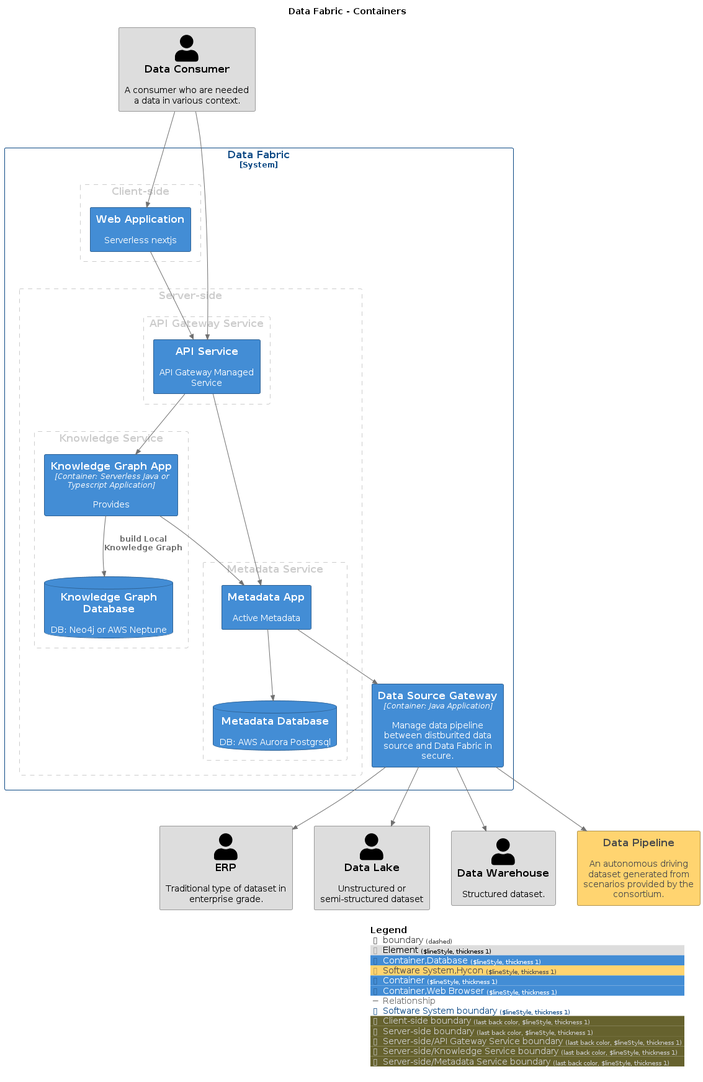
Before: master/png/Containers.png, a diagram exported from PlantUML (IntellectusCorp/data-fabric-docs).
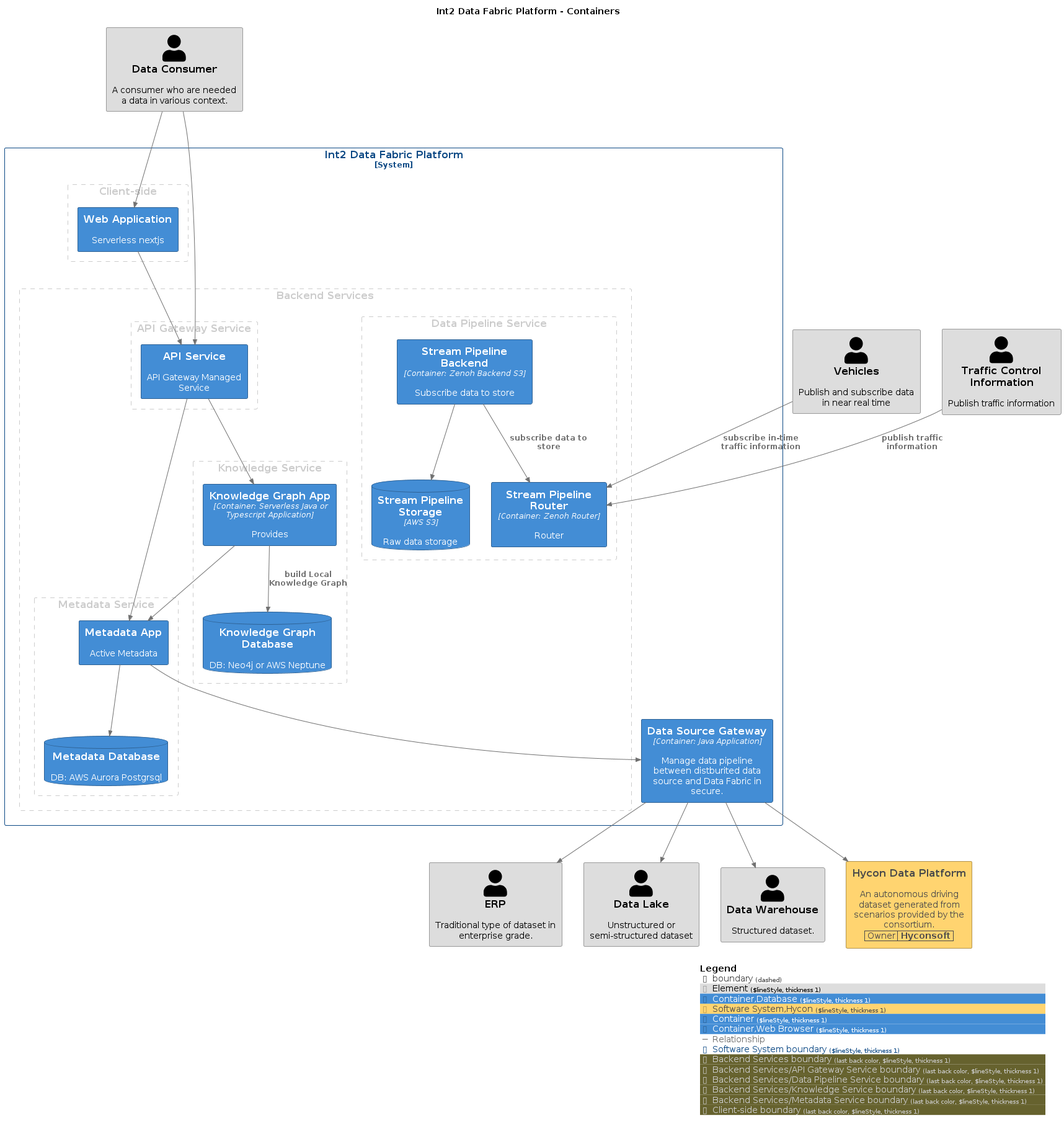
Above is the later version.

What changed in the source:
```diff
@@ -1,6 +1,6 @@
 @startuml
 set separator none
-title Data Fabric - Containers
+title Int2 Data Fabric Platform - Containers
 
 top to bottom direction
 
@@ -22,51 +22,66 @@
 Person(ERP, "ERP", $descr="Traditional type of dataset in enterprise grade.", $tags="Element", $link="")
 Person(DataLake, "Data Lake", $descr="Unstructured or semi-structured dataset", $tags="Element", $link="")
 Person(DataWarehouse, "Data Warehouse", $descr="Structured dataset.", $tags="Element", $link="")
-System(DataPipeline, "Data Pipeline", $descr="An autonomous driving dataset generated from scenarios provided by the consortium.", $tags="Software System,Hycon", $link="")
+Person(Vehicles, "Vehicles", $descr="Publish and subscribe data in near real time", $tags="Element", $link="")
+Person(TrafficControlInformation, "Traffic Control Information", $descr="Publish traffic information", $tags="Element", $link="")
+WithoutPropertyHeader()
+AddProperty("Owner","Hyconsoft")
+System(HyconDataPlatform, "Hycon Data Platform", $descr="An autonomous driving dataset generated from scenarios provided by the consortium.", $tags="Software System,Hycon", $link="")
 
-System_Boundary("DataFabric_boundary", "Data Fabric", $tags="Software System") {
-  AddBoundaryTag("Client-side", $borderColor="#cccccc", $fontColor="#cccccc", $borderStyle="Dashed", $borderThickness="1")
-  Boundary(group_1, "Client-side", $tags="Client-side") {
-    Container(DataFabric.WebApplication, "Web Application", $techn="", $descr="Serverless nextjs", $tags="Container,Web Browser", $link="")
-  }
-
-  AddBoundaryTag("Server-side", $borderColor="#cccccc", $fontColor="#cccccc", $borderStyle="Dashed", $borderThickness="1")
-  Boundary(group_2, "Server-side", $tags="Server-side") {
-      AddBoundaryTag("Server-side/API Gateway Service", $borderColor="#cccccc", $fontColor="#cccccc", $borderStyle="Dashed", $borderThickness="1")
-      Boundary(group_3, "API Gateway Service", $tags="Server-side/API Gateway Service") {
-        Container(DataFabric.APIService, "API Service", $techn="", $descr="API Gateway Managed Service", $tags="Container", $link="")
+System_Boundary("Int2DataFabricPlatform_boundary", "Int2 Data Fabric Platform", $tags="Software System") {
+  AddBoundaryTag("Backend Services", $borderColor="#cccccc", $fontColor="#cccccc", $borderStyle="Dashed", $borderThickness="1")
+  Boundary(group_1, "Backend Services", $tags="Backend Services") {
+      AddBoundaryTag("Backend Services/API Gateway Service", $borderColor="#cccccc", $fontColor="#cccccc", $borderStyle="Dashed", $borderThickness="1")
+      Boundary(group_2, "API Gateway Service", $tags="Backend Services/API Gateway Service") {
+        Container(Int2DataFabricPlatform.APIService, "API Service", $techn="", $descr="API Gateway Managed Service", $tags="Container", $link="")
       }
 
-      AddBoundaryTag("Server-side/Knowledge Service", $borderColor="#cccccc", $fontColor="#cccccc", $borderStyle="Dashed", $borderThickness="1")
-      Boundary(group_4, "Knowledge Service", $tags="Server-side/Knowledge Service") {
-        Container(DataFabric.KnowledgeGraphApp, "Knowledge Graph App", $techn="Container: Serverless Java or Typescript Application", $descr="Provides", $tags="Container", $link="")
-        ContainerDb(DataFabric.KnowledgeGraphDatabase, "Knowledge Graph Database", $techn="", $descr="DB: Neo4j or AWS Neptune", $tags="Container,Database", $link="")
+      AddBoundaryTag("Backend Services/Data Pipeline Service", $borderColor="#cccccc", $fontColor="#cccccc", $borderStyle="Dashed", $borderThickness="1")
+      Boundary(group_3, "Data Pipeline Service", $tags="Backend Services/Data Pipeline Service") {
+        Container(Int2DataFabricPlatform.StreamPipelineBackend, "Stream Pipeline Backend", $techn="Container: Zenoh Backend S3", $descr="Subscribe data to store", $tags="Container", $link="")
+        Container(Int2DataFabricPlatform.StreamPipelineRouter, "Stream Pipeline Router", $techn="Container: Zenoh Router", $descr="Router", $tags="Container", $link="")
+        ContainerDb(Int2DataFabricPlatform.StreamPipelineStorage, "Stream Pipeline Storage", $techn="AWS S3", $descr="Raw data storage", $tags="Container,Database", $link="")
       }
 
-      AddBoundaryTag("Server-side/Metadata Service", $borderColor="#cccccc", $fontColor="#cccccc", $borderStyle="Dashed", $borderThickness="1")
-      Boundary(group_5, "Metadata Service", $tags="Server-side/Metadata Service") {
-        Container(DataFabric.MetadataApp, "Metadata App", $techn="", $descr="Active Metadata", $tags="Container", $link="")
-        ContainerDb(DataFabric.MetadataDatabase, "Metadata Database", $techn="", $descr="DB: AWS Aurora Postgrsql", $tags="Container,Database", $link="")
+      AddBoundaryTag("Backend Services/Knowledge Service", $borderColor="#cccccc", $fontColor="#cccccc", $borderStyle="Dashed", $borderThickness="1")
+      Boundary(group_4, "Knowledge Service", $tags="Backend Services/Knowledge Service") {
+        Container(Int2DataFabricPlatform.KnowledgeGraphApp, "Knowledge Graph App", $techn="Container: Serverless Java or Typescript Application", $descr="Provides", $tags="Container", $link="")
+        ContainerDb(Int2DataFabricPlatform.KnowledgeGraphDatabase, "Knowledge Graph Database", $techn="", $descr="DB: Neo4j or AWS Neptune", $tags="Container,Database", $link="")
+      }
+
+      AddBoundaryTag("Backend Services/Metadata Service", $borderColor="#cccccc", $fontColor="#cccccc", $borderStyle="Dashed", $borderThickness="1")
+      Boundary(group_5, "Metadata Service", $tags="Backend Services/Metadata Service") {
+        Container(Int2DataFabricPlatform.MetadataApp, "Metadata App", $techn="", $descr="Active Metadata", $tags="Container", $link="")
+        ContainerDb(Int2DataFabricPlatform.MetadataDatabase, "Metadata Database", $techn="", $descr="DB: AWS Aurora Postgrsql", $tags="Container,Database", $link="")
       }
 
   }
 
-  Container(DataFabric.DataSourceGateway, "Data Source Gateway", $techn="Container: Java Application", $descr="Manage data pipeline between distburited data source and Data Fabric in secure.", $tags="Container", $link="")
+  AddBoundaryTag("Client-side", $borderColor="#cccccc", $fontColor="#cccccc", $borderStyle="Dashed", $borderThickness="1")
+  Boundary(group_6, "Client-side", $tags="Client-side") {
+    Container(Int2DataFabricPlatform.WebApplication, "Web Application", $techn="", $descr="Serverless nextjs", $tags="Container,Web Browser", $link="")
+  }
+
+  Container(Int2DataFabricPlatform.DataSourceGateway, "Data Source Gateway", $techn="Container: Java Application", $descr="Manage data pipeline between distburited data source and Data Fabric in secure.", $tags="Container", $link="")
 }
 
-Rel(DataFabric.DataSourceGateway, DataPipeline, "", $techn="", $tags="Relationship", $link="")
-Rel(DataConsumer, DataFabric.APIService, "", $techn="", $tags="Relationship", $link="")
-Rel(DataConsumer, DataFabric.WebApplication, "", $techn="", $tags="Relationship", $link="")
-Rel(DataFabric.KnowledgeGraphApp, DataFabric.KnowledgeGraphDatabase, "build Local Knowledge Graph", $techn="", $tags="Relationship", $link="")
-Rel(DataFabric.KnowledgeGraphApp, DataFabric.MetadataApp, "", $techn="", $tags="Relationship", $link="")
-Rel(DataFabric.DataSourceGateway, ERP, "", $techn="", $tags="Relationship", $link="")
-Rel(DataFabric.DataSourceGateway, DataLake, "", $techn="", $tags="Relationship", $link="")
-Rel(DataFabric.DataSourceGateway, DataWarehouse, "", $techn="", $tags="Relationship", $link="")
-Rel(DataFabric.MetadataApp, DataFabric.DataSourceGateway, "", $techn="", $tags="Relationship", $link="")
-Rel(DataFabric.MetadataApp, DataFabric.MetadataDatabase, "", $techn="", $tags="Relationship", $link="")
-Rel(DataFabric.APIService, DataFabric.KnowledgeGraphApp, "", $techn="", $tags="Relationship", $link="")
-Rel(DataFabric.APIService, DataFabric.MetadataApp, "", $techn="", $tags="Relationship", $link="")
-Rel(DataFabric.WebApplication, DataFabric.APIService, "", $techn="", $tags="Relationship", $link="")
+Rel(Int2DataFabricPlatform.StreamPipelineBackend, Int2DataFabricPlatform.StreamPipelineRouter, "subscribe data to store", $techn="", $tags="Relationship", $link="")
+Rel(Int2DataFabricPlatform.StreamPipelineBackend, Int2DataFabricPlatform.StreamPipelineStorage, "", $techn="", $tags="Relationship", $link="")
+Rel(TrafficControlInformation, Int2DataFabricPlatform.StreamPipelineRouter, "publish traffic information", $techn="", $tags="Relationship", $link="")
+Rel(Int2DataFabricPlatform.DataSourceGateway, HyconDataPlatform, "", $techn="", $tags="Relationship", $link="")
+Rel(DataConsumer, Int2DataFabricPlatform.APIService, "", $techn="", $tags="Relationship", $link="")
+Rel(DataConsumer, Int2DataFabricPlatform.WebApplication, "", $techn="", $tags="Relationship", $link="")
+Rel(Int2DataFabricPlatform.KnowledgeGraphApp, Int2DataFabricPlatform.KnowledgeGraphDatabase, "build Local Knowledge Graph", $techn="", $tags="Relationship", $link="")
+Rel(Int2DataFabricPlatform.KnowledgeGraphApp, Int2DataFabricPlatform.MetadataApp, "", $techn="", $tags="Relationship", $link="")
+Rel(Int2DataFabricPlatform.DataSourceGateway, ERP, "", $techn="", $tags="Relationship", $link="")
+Rel(Int2DataFabricPlatform.DataSourceGateway, DataLake, "", $techn="", $tags="Relationship", $link="")
+Rel(Int2DataFabricPlatform.DataSourceGateway, DataWarehouse, "", $techn="", $tags="Relationship", $link="")
+Rel(Vehicles, Int2DataFabricPlatform.StreamPipelineRouter, "subscribe in-time traffic information", $techn="", $tags="Relationship", $link="")
+Rel(Int2DataFabricPlatform.MetadataApp, Int2DataFabricPlatform.DataSourceGateway, "", $techn="", $tags="Relationship", $link="")
+Rel(Int2DataFabricPlatform.MetadataApp, Int2DataFabricPlatform.MetadataDatabase, "", $techn="", $tags="Relationship", $link="")
+Rel(Int2DataFabricPlatform.APIService, Int2DataFabricPlatform.KnowledgeGraphApp, "", $techn="", $tags="Relationship", $link="")
+Rel(Int2DataFabricPlatform.APIService, Int2DataFabricPlatform.MetadataApp, "", $techn="", $tags="Relationship", $link="")
+Rel(Int2DataFabricPlatform.WebApplication, Int2DataFabricPlatform.APIService, "", $techn="", $tags="Relationship", $link="")
 
 SHOW_LEGEND(true)
 @enduml
```
